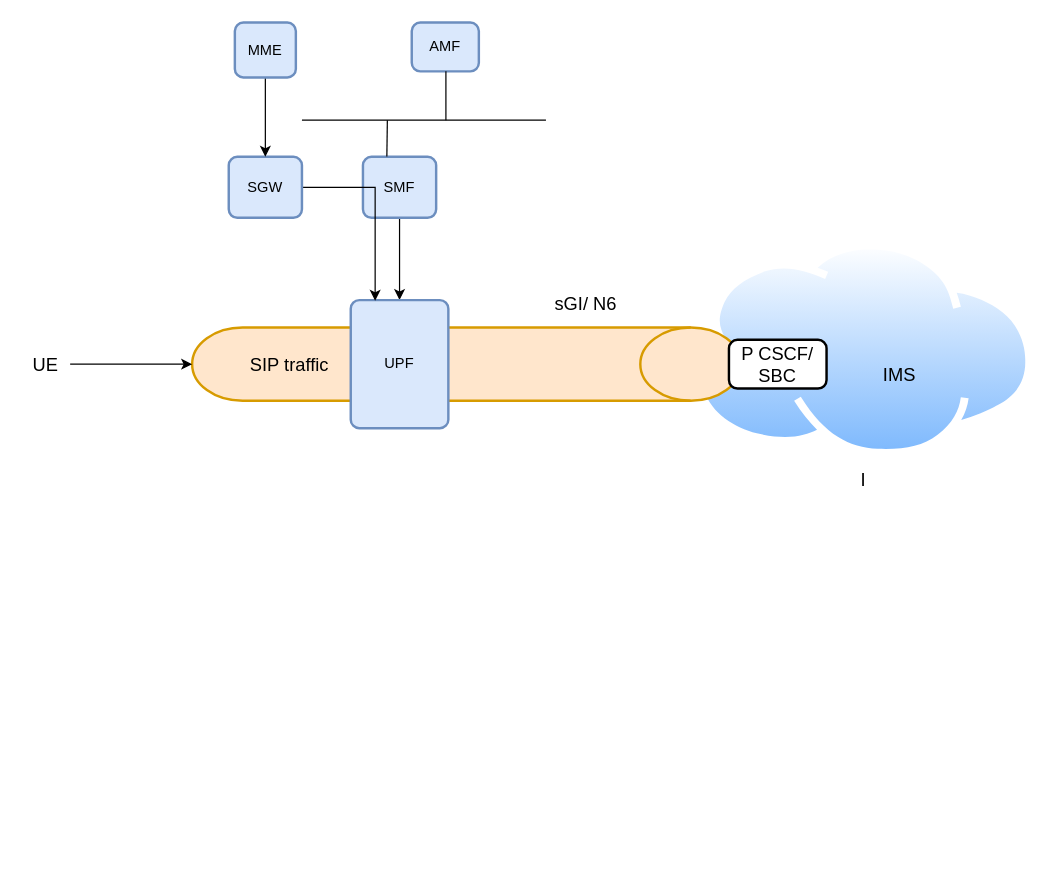
Earlier version of the draw.io diagram page "Highway" (1 of 2) of IMS.drawio (krapuleng/POS). Source tidied: cells renumbered, new cells numbered last; positions are measured from the earlier drawing's top-left corner, leaving out a move shared by most shapes. Both pictures are drawn from the tidied source at 122%, with x=0, y=0 at pixel (21, 22).
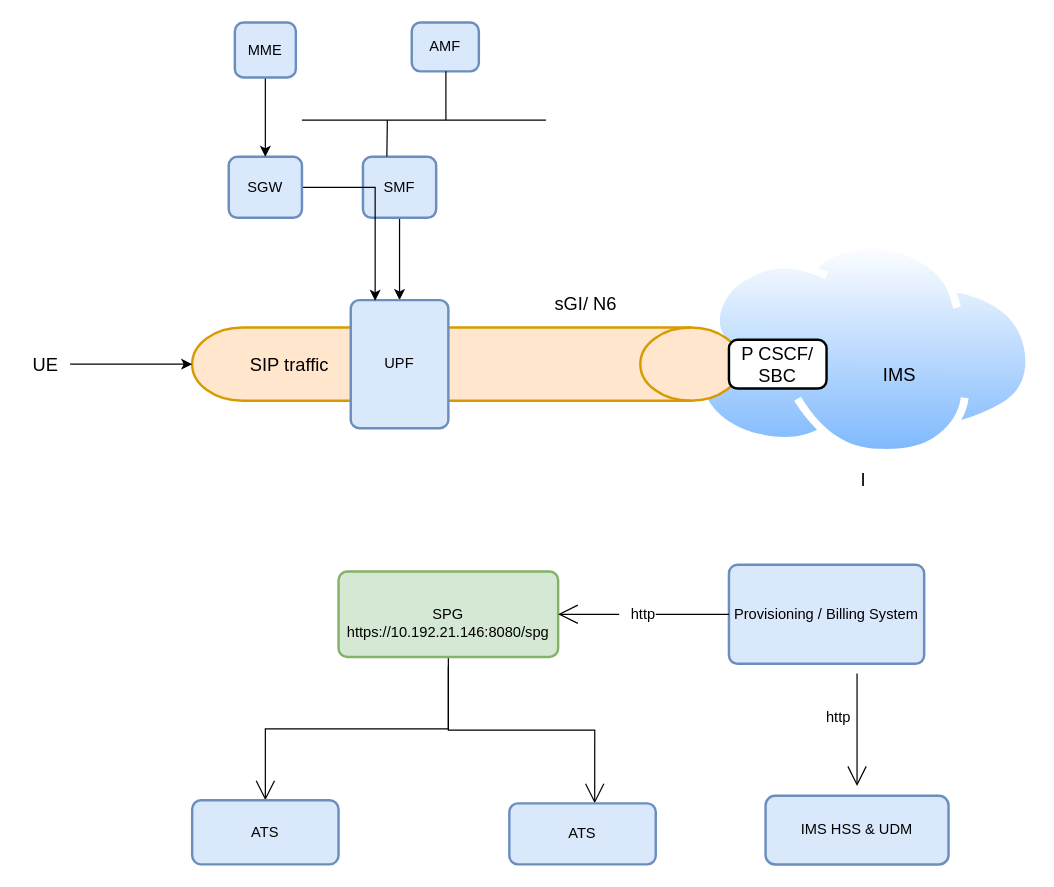
Above is the later version.

Change to the diagram source:
```diff
@@
+    <mxCell id="21" style="edgeStyle=orthogonalEdgeStyle;rounded=0;jettySize=auto;html=1;endArrow=open;startSize=14;endSize=14;sourcePerimeterSpacing=8;targetPerimeterSpacing=8;exitX=0.5;exitY=1;exitDx=0;exitDy=0;entryX=0.5;entryY=0;entryDx=0;entryDy=0;" parent="1" edge="1" source="23" target="27">
+      <mxGeometry relative="1" as="geometry">
+        <Array as="points">
+          <mxPoint x="350" y="579" />
+          <mxPoint x="200" y="579" />
+        </Array>
+      </mxGeometry>
+    </mxCell>
+    <mxCell id="22" style="edgeStyle=orthogonalEdgeStyle;rounded=0;jettySize=auto;html=1;entryX=0.583;entryY=0;entryDx=0;entryDy=0;entryPerimeter=0;endArrow=open;startSize=14;endSize=14;sourcePerimeterSpacing=8;targetPerimeterSpacing=8;" parent="1" edge="1" source="23" target="28">
+      <mxGeometry relative="1" as="geometry">
+        <Array as="points">
+          <mxPoint x="350" y="580" />
+          <mxPoint x="470" y="580" />
+        </Array>
+      </mxGeometry>
+    </mxCell>
+    <mxCell id="23" value="SPG" style="rounded=1;whiteSpace=wrap;html=1;absoluteArcSize=1;arcSize=14;strokeWidth=2;fillColor=#d5e8d4;strokeColor=#82b366;" parent="1" vertex="1">
+      <mxGeometry x="260" y="450" width="180" height="70" as="geometry" />
+    </mxCell>
+    <mxCell id="24" style="edgeStyle=orthogonalEdgeStyle;rounded=0;jettySize=auto;html=1;entryX=1;entryY=0.5;entryDx=0;entryDy=0;endArrow=open;startSize=14;endSize=14;targetPerimeterSpacing=8;exitX=0;exitY=0.5;exitDx=0;exitDy=0;startArrow=none;" parent="1" edge="1" source="31" target="23">
+      <mxGeometry relative="1" as="geometry" />
+    </mxCell>
+    <mxCell id="25" style="edgeStyle=orthogonalEdgeStyle;rounded=0;jettySize=auto;html=1;endArrow=open;startSize=14;endSize=14;sourcePerimeterSpacing=8;targetPerimeterSpacing=8;" parent="1" edge="1" source="26" target="29">
+      <mxGeometry relative="1" as="geometry">
+        <Array as="points">
+          <mxPoint x="685" y="550" />
+          <mxPoint x="685" y="550" />
+        </Array>
+      </mxGeometry>
+    </mxCell>
+    <mxCell id="26" value="Provisioning / Billing System" style="rounded=1;whiteSpace=wrap;html=1;absoluteArcSize=1;arcSize=14;strokeWidth=2;fillColor=#dae8fc;strokeColor=#6c8ebf;" parent="1" vertex="1">
+      <mxGeometry x="580" y="444.4" width="160" height="81.2" as="geometry" />
+    </mxCell>
+    <mxCell id="27" value="ATS" style="whiteSpace=wrap;html=1;rounded=1;strokeColor=#6c8ebf;strokeWidth=2;fillColor=#dae8fc;arcSize=14;" parent="1" vertex="1">
+      <mxGeometry x="140" y="637.5" width="120" height="52.5" as="geometry" />
+    </mxCell>
+    <mxCell id="28" value="ATS" style="whiteSpace=wrap;html=1;rounded=1;strokeColor=#6c8ebf;strokeWidth=2;fillColor=#dae8fc;arcSize=14;" parent="1" vertex="1">
+      <mxGeometry x="400" y="640" width="120" height="50" as="geometry" />
+    </mxCell>
+    <mxCell id="29" value="IMS HSS &amp;amp; UDM" style="whiteSpace=wrap;html=1;rounded=1;strokeColor=#6c8ebf;strokeWidth=2;fillColor=#dae8fc;arcSize=14;" parent="1" vertex="1">
+      <mxGeometry x="610" y="633.8" width="150" height="56.3" as="geometry" />
+    </mxCell>
+    <mxCell id="30" value="https://10.192.21.146:8080/spg" style="text;html=1;strokeColor=none;fillColor=none;align=center;verticalAlign=middle;whiteSpace=wrap;rounded=0;hachureGap=4;" parent="1" vertex="1">
+      <mxGeometry x="290" y="490" width="120" height="20" as="geometry" />
+    </mxCell>
+    <mxCell id="31" value="http" style="text;html=1;strokeColor=none;fillColor=none;align=center;verticalAlign=middle;whiteSpace=wrap;rounded=0;hachureGap=4;" parent="1" vertex="1">
+      <mxGeometry x="490" y="475" width="40" height="20" as="geometry" />
+    </mxCell>
+    <mxCell id="32" style="edgeStyle=orthogonalEdgeStyle;rounded=0;jettySize=auto;html=1;entryX=1;entryY=0.5;entryDx=0;entryDy=0;endArrow=none;startSize=14;endSize=14;sourcePerimeterSpacing=8;exitX=0;exitY=0.5;exitDx=0;exitDy=0;" parent="1" edge="1" source="26" target="31">
+      <mxGeometry relative="1" as="geometry">
+        <Array as="points">
+          <mxPoint x="520" y="485" />
+        </Array>
+      </mxGeometry>
+    </mxCell>
+    <mxCell id="33" value="http" style="text;html=1;strokeColor=none;fillColor=none;align=center;verticalAlign=middle;whiteSpace=wrap;rounded=0;hachureGap=4;" parent="1" vertex="1">
+      <mxGeometry x="650" y="560" width="40" height="20" as="geometry" />
+    </mxCell>
```
